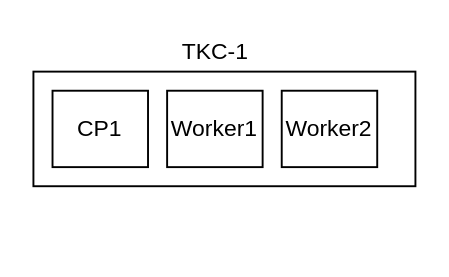
Above: WCP TRACE.drawio in balaji3110/tkc (draw.io), before the change. Source tidied: cells renumbered, new cells numbered last; positions are measured from the earlier drawing's top-left corner, leaving out a move shared by most shapes. Both pictures are drawn from the tidied source at 191%, with x=0, y=0 at pixel (32, 32).
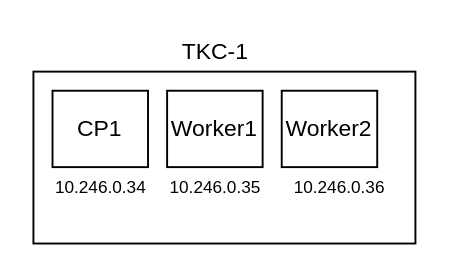
The same page after the edit.

What changed in the source:
```diff
@@
 <mxGraphModel>
   <root>
     <mxCell id="0" />
     <mxCell id="1" parent="0" />
     <mxCell id="2" style="rounded=0;whiteSpace=wrap;html=1;" parent="1" vertex="1">
-      <mxGeometry y="20" width="200" height="60" as="geometry" />
+      <mxGeometry y="20" width="200" height="90" as="geometry" />
     </mxCell>
     <mxCell id="3" value="CP1" style="rounded=0;whiteSpace=wrap;html=1;" parent="1" vertex="1">
       <mxGeometry x="10" y="30" width="50" height="40" as="geometry" />
     </mxCell>
     <mxCell id="4" value="Worker1" style="rounded=0;whiteSpace=wrap;html=1;" parent="1" vertex="1">
       <mxGeometry x="70" y="30" width="50" height="40" as="geometry" />
     </mxCell>
     <mxCell id="5" value="Worker2" style="rounded=0;whiteSpace=wrap;html=1;" parent="1" vertex="1">
       <mxGeometry x="130" y="30" width="50" height="40" as="geometry" />
     </mxCell>
     <mxCell id="6" value="TKC-1" style="text;html=1;align=center;verticalAlign=middle;fillColor=none;strokeColor=none;rounded=0;" parent="1" vertex="1">
       <mxGeometry x="70" width="50" height="20" as="geometry" />
     </mxCell>
+    <mxCell id="7" value="&lt;font style=&quot;font-size: 9px&quot;&gt;10.246.0.34&lt;/font&gt;" style="text;html=1;align=center;verticalAlign=middle;fillColor=none;strokeColor=none;rounded=0;" parent="1" vertex="1">
+      <mxGeometry x="5" y="70" width="60" height="20" as="geometry" />
+    </mxCell>
+    <mxCell id="8" value="&lt;font style=&quot;font-size: 9px&quot;&gt;10.246.0.35&lt;/font&gt;" style="text;html=1;align=center;verticalAlign=middle;fillColor=none;strokeColor=none;rounded=0;" parent="1" vertex="1">
+      <mxGeometry x="65" y="70" width="60" height="20" as="geometry" />
+    </mxCell>
+    <mxCell id="9" value="&lt;font style=&quot;font-size: 9px&quot;&gt;10.246.0.36&lt;br&gt;&lt;/font&gt;" style="text;html=1;align=center;verticalAlign=middle;fillColor=none;strokeColor=none;rounded=0;" parent="1" vertex="1">
+      <mxGeometry x="130" y="70" width="60" height="20" as="geometry" />
+    </mxCell>
   </root>
 </mxGraphModel>
```
